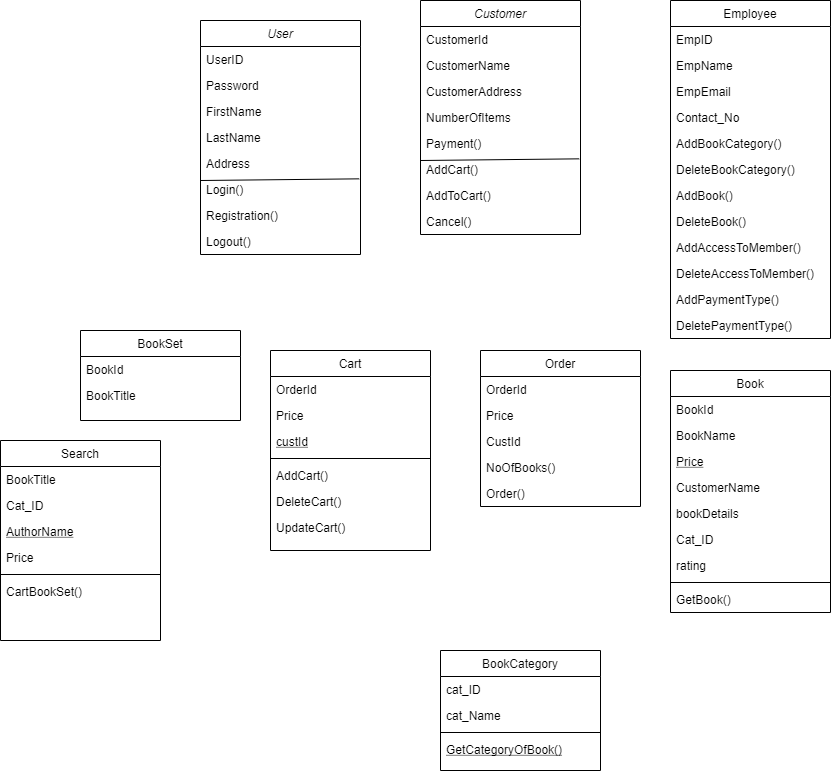
SyamalaSruthi/ElectronicBookCatalog keeps this draw.io diagram as ClassDiagram.png. Above is the earlier version. Source tidied: cells renumbered, new cells last; positions are measured from the earlier drawing's top-left corner, leaving out a move shared by most shapes.
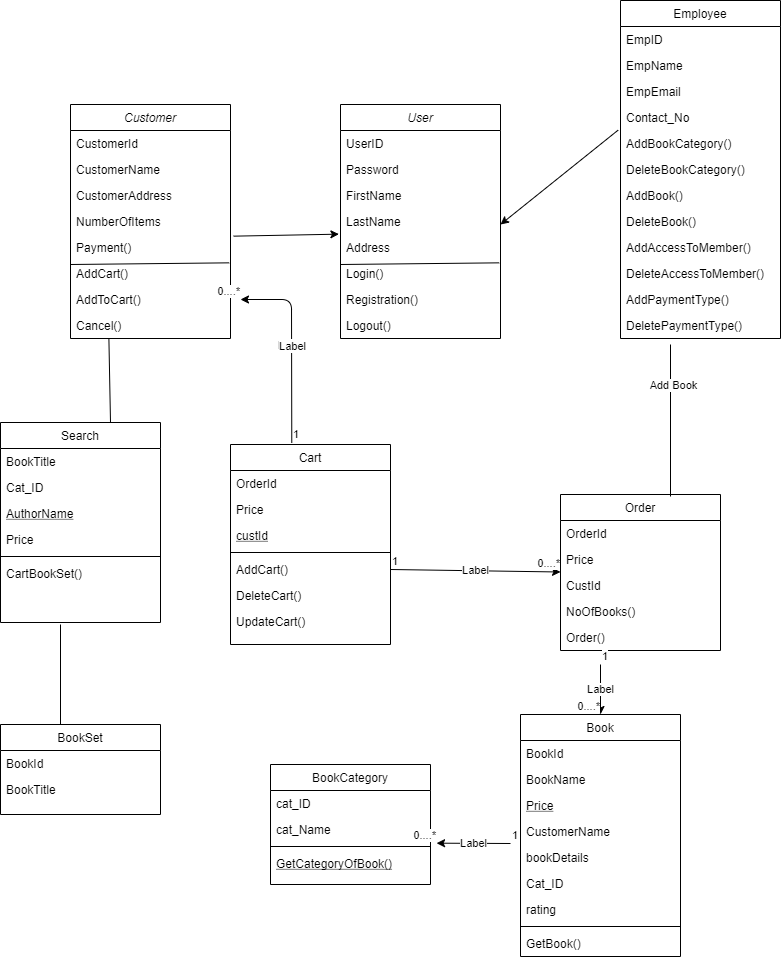
The same file after the commit.

Diff of the diagram source:
```diff
@@ -3,7 +3,7 @@
     <mxCell id="0" />
     <mxCell id="1" parent="0" />
     <mxCell id="2" value="User" style="swimlane;fontStyle=2;align=center;verticalAlign=top;horizontal=1;startSize=26;rounded=0;shadow=0;strokeWidth=1;" parent="1" vertex="1">
-      <mxGeometry x="200" y="20" width="160" height="234" as="geometry" />
+      <mxGeometry x="380" y="10" width="160" height="234" as="geometry" />
     </mxCell>
     <mxCell id="3" value="UserID" style="text;align=left;verticalAlign=top;spacingLeft=4;spacingRight=4;overflow=hidden;" parent="2" vertex="1">
       <mxGeometry y="26" width="160" height="26" as="geometry" />
@@ -57,7 +57,7 @@
       <mxGeometry y="164" width="160" height="26" as="geometry" />
     </mxCell>
     <mxCell id="20" value="Order" style="swimlane;fontStyle=0;align=center;verticalAlign=top;horizontal=1;startSize=26;rounded=0;shadow=0;strokeWidth=1;" parent="1" vertex="1">
-      <mxGeometry x="480" y="350" width="160" height="156" as="geometry" />
+      <mxGeometry x="600" y="400" width="160" height="156" as="geometry" />
     </mxCell>
     <mxCell id="21" value="OrderId" style="text;align=left;verticalAlign=top;spacingLeft=4;spacingRight=4;overflow=hidden;" parent="20" vertex="1">
       <mxGeometry y="26" width="160" height="26" as="geometry" />
@@ -75,7 +75,7 @@
       <mxGeometry y="130" width="160" height="26" as="geometry" />
     </mxCell>
     <mxCell id="26" value="Employee" style="swimlane;fontStyle=0;align=center;verticalAlign=top;horizontal=1;startSize=26;rounded=0;shadow=0;strokeWidth=1;" parent="1" vertex="1">
-      <mxGeometry x="670" width="160" height="338" as="geometry" />
+      <mxGeometry x="660" y="-94" width="160" height="338" as="geometry" />
     </mxCell>
     <mxCell id="27" value="EmpID" style="text;align=left;verticalAlign=top;spacingLeft=4;spacingRight=4;overflow=hidden;" parent="26" vertex="1">
       <mxGeometry y="26" width="160" height="26" as="geometry" />
@@ -114,7 +114,7 @@
       <mxGeometry y="312" width="160" height="26" as="geometry" />
     </mxCell>
     <mxCell id="39" value="Customer" style="swimlane;fontStyle=2;align=center;verticalAlign=top;horizontal=1;startSize=26;rounded=0;shadow=0;strokeWidth=1;" parent="1" vertex="1">
-      <mxGeometry x="420" width="160" height="234" as="geometry" />
+      <mxGeometry x="110" y="10" width="160" height="234" as="geometry" />
     </mxCell>
     <mxCell id="40" value="CustomerId" style="text;align=left;verticalAlign=top;spacingLeft=4;spacingRight=4;overflow=hidden;" parent="39" vertex="1">
       <mxGeometry y="26" width="160" height="26" as="geometry" />
@@ -144,7 +144,7 @@
       <mxGeometry y="208" width="160" height="26" as="geometry" />
     </mxCell>
     <mxCell id="49" value="Book" style="swimlane;fontStyle=0;align=center;verticalAlign=top;horizontal=1;startSize=26;rounded=0;shadow=0;strokeWidth=1;" parent="1" vertex="1">
-      <mxGeometry x="670" y="370" width="160" height="242" as="geometry" />
+      <mxGeometry x="560" y="620" width="160" height="242" as="geometry" />
     </mxCell>
     <mxCell id="50" value="BookId" style="text;align=left;verticalAlign=top;spacingLeft=4;spacingRight=4;overflow=hidden;" parent="49" vertex="1">
       <mxGeometry y="26" width="160" height="26" as="geometry" />
@@ -174,7 +174,7 @@
       <mxGeometry y="216" width="160" height="26" as="geometry" />
     </mxCell>
     <mxCell id="59" value="BookCategory" style="swimlane;fontStyle=0;align=center;verticalAlign=top;horizontal=1;startSize=26;rounded=0;shadow=0;strokeWidth=1;" parent="1" vertex="1">
-      <mxGeometry x="440" y="650" width="160" height="120" as="geometry" />
+      <mxGeometry x="310" y="670" width="160" height="120" as="geometry" />
     </mxCell>
     <mxCell id="60" value="cat_ID" style="text;align=left;verticalAlign=top;spacingLeft=4;spacingRight=4;overflow=hidden;" parent="59" vertex="1">
       <mxGeometry y="26" width="160" height="26" as="geometry" />
@@ -189,7 +189,7 @@
       <mxGeometry y="86" width="160" height="26" as="geometry" />
     </mxCell>
     <mxCell id="64" value="BookSet" style="swimlane;fontStyle=0;align=center;verticalAlign=top;horizontal=1;startSize=26;rounded=0;shadow=0;strokeWidth=1;" parent="1" vertex="1">
-      <mxGeometry x="80" y="330" width="160" height="90" as="geometry" />
+      <mxGeometry x="40" y="630" width="160" height="90" as="geometry" />
     </mxCell>
     <mxCell id="65" value="BookId" style="text;align=left;verticalAlign=top;spacingLeft=4;spacingRight=4;overflow=hidden;" parent="64" vertex="1">
       <mxGeometry y="26" width="160" height="26" as="geometry" />
@@ -198,7 +198,7 @@
       <mxGeometry y="52" width="160" height="26" as="geometry" />
     </mxCell>
     <mxCell id="67" value="Search" style="swimlane;fontStyle=0;align=center;verticalAlign=top;horizontal=1;startSize=26;rounded=0;shadow=0;strokeWidth=1;" parent="1" vertex="1">
-      <mxGeometry y="440" width="160" height="200" as="geometry" />
+      <mxGeometry x="40" y="328" width="160" height="200" as="geometry" />
     </mxCell>
     <mxCell id="68" value="BookTitle" style="text;align=left;verticalAlign=top;spacingLeft=4;spacingRight=4;overflow=hidden;" parent="67" vertex="1">
       <mxGeometry y="26" width="160" height="26" as="geometry" />
@@ -218,5 +218,83 @@
     <mxCell id="73" value="CartBookSet()" style="text;align=left;verticalAlign=top;spacingLeft=4;spacingRight=4;overflow=hidden;rounded=0;shadow=0;html=0;" parent="67" vertex="1">
       <mxGeometry y="138" width="160" height="26" as="geometry" />
     </mxCell>
+    <mxCell id="74" style="endArrow=classic;html=1;entryX=-0.01;entryY=0.987;entryDx=0;entryDy=0;entryPerimeter=0;exitX=1.019;exitY=0.064;exitDx=0;exitDy=0;exitPerimeter=0;" parent="1" edge="1" source="44" target="6">
+      <mxGeometry relative="1" as="geometry" />
+    </mxCell>
+    <mxCell id="75" style="endArrow=classic;html=1;exitX=-0.015;exitY=-0.013;exitDx=0;exitDy=0;exitPerimeter=0;" parent="1" edge="1" source="31">
+      <mxGeometry relative="1" as="geometry">
+        <mxPoint x="540" y="130" as="targetPoint" />
+      </mxGeometry>
+    </mxCell>
+    <mxCell id="76" style="endArrow=none;html=1;" parent="1" edge="1">
+      <mxGeometry relative="1" as="geometry">
+        <mxPoint x="100" y="630" as="sourcePoint" />
+        <mxPoint x="100" y="530" as="targetPoint" />
+      </mxGeometry>
+    </mxCell>
+    <mxCell id="77" style="endArrow=none;html=1;entryX=0.24;entryY=1.013;entryDx=0;entryDy=0;entryPerimeter=0;" parent="1" edge="1" target="48">
+      <mxGeometry relative="1" as="geometry">
+        <mxPoint x="150" y="328" as="sourcePoint" />
+      </mxGeometry>
+    </mxCell>
+    <mxCell id="78" value="Label" style="endArrow=classic;html=1;exitX=0.383;exitY=-0.008;exitDx=0;exitDy=0;exitPerimeter=0;" parent="1" edge="1" source="12">
+      <mxGeometry relative="1" as="geometry">
+        <mxPoint x="280" y="205" as="targetPoint" />
+        <Array as="points">
+          <mxPoint x="331" y="205" />
+        </Array>
+      </mxGeometry>
+    </mxCell>
+    <mxCell id="79" value="Label" style="edgeLabel;html=1;align=center;verticalAlign=middle;" parent="78" vertex="1">
+      <mxGeometry relative="1" as="geometry" />
+    </mxCell>
+    <mxCell id="80" value="1" style="edgeLabel;html=1;align=left;verticalAlign=bottom;" parent="78" vertex="1">
+      <mxGeometry x="-1" relative="1" as="geometry" />
+    </mxCell>
+    <mxCell id="81" value="0....*" style="edgeLabel;html=1;align=right;verticalAlign=bottom;" parent="78" vertex="1">
+      <mxGeometry x="1" relative="1" as="geometry" />
+    </mxCell>
+    <mxCell id="82" value="Label" style="endArrow=classic;html=1;exitX=1;exitY=0.5;exitDx=0;exitDy=0;" parent="1" edge="1" source="17">
+      <mxGeometry relative="1" as="geometry">
+        <mxPoint x="600" y="477.5" as="targetPoint" />
+      </mxGeometry>
+    </mxCell>
+    <mxCell id="83" value="1" style="edgeLabel;html=1;align=left;verticalAlign=bottom;" parent="82" vertex="1">
+      <mxGeometry x="-1" relative="1" as="geometry" />
+    </mxCell>
+    <mxCell id="84" value="0....*" style="edgeLabel;html=1;align=right;verticalAlign=bottom;" parent="82" vertex="1">
+      <mxGeometry x="1" relative="1" as="geometry" />
+    </mxCell>
+    <mxCell id="85" style="endArrow=none;html=1;" parent="1" edge="1">
+      <mxGeometry relative="1" as="geometry">
+        <mxPoint x="710" y="402" as="sourcePoint" />
+        <mxPoint x="710" y="250" as="targetPoint" />
+      </mxGeometry>
+    </mxCell>
+    <mxCell id="86" value="Add Book" style="edgeLabel;html=1;align=center;verticalAlign=middle;" parent="85" vertex="1">
+      <mxGeometry x="0.47" y="-2" relative="1" as="geometry" />
+    </mxCell>
+    <mxCell id="87" value="Label" style="endArrow=classic;html=1;entryX=0.5;entryY=0;entryDx=0;entryDy=0;" parent="1" edge="1" target="49">
+      <mxGeometry relative="1" as="geometry">
+        <mxPoint x="640" y="570" as="sourcePoint" />
+      </mxGeometry>
+    </mxCell>
+    <mxCell id="88" value="1" style="edgeLabel;html=1;align=left;verticalAlign=bottom;" parent="87" vertex="1">
+      <mxGeometry x="-1" relative="1" as="geometry" />
+    </mxCell>
+    <mxCell id="89" value="0....*" style="edgeLabel;html=1;align=right;verticalAlign=bottom;" parent="87" vertex="1">
+      <mxGeometry x="1" relative="1" as="geometry" />
+    </mxCell>
+    <mxCell id="90" value="Label" style="endArrow=classic;html=1;entryX=1.038;entryY=1.026;entryDx=0;entryDy=0;entryPerimeter=0;" parent="1" edge="1" target="61">
+      <mxGeometry relative="1" as="geometry">
+        <mxPoint x="550" y="749" as="sourcePoint" />
+      </mxGeometry>
+    </mxCell>
+    <mxCell id="91" value="1" style="edgeLabel;html=1;align=left;verticalAlign=bottom;" parent="90" vertex="1">
+      <mxGeometry x="-1" relative="1" as="geometry" />
+    </mxCell>
+    <mxCell id="92" value="0....*" style="edgeLabel;html=1;align=right;verticalAlign=bottom;" parent="90" vertex="1">
+      <mxGeometry x="1" relative="1" as="geometry" />
+    </mxCell>
   </root>
 </mxGraphModel>
```
